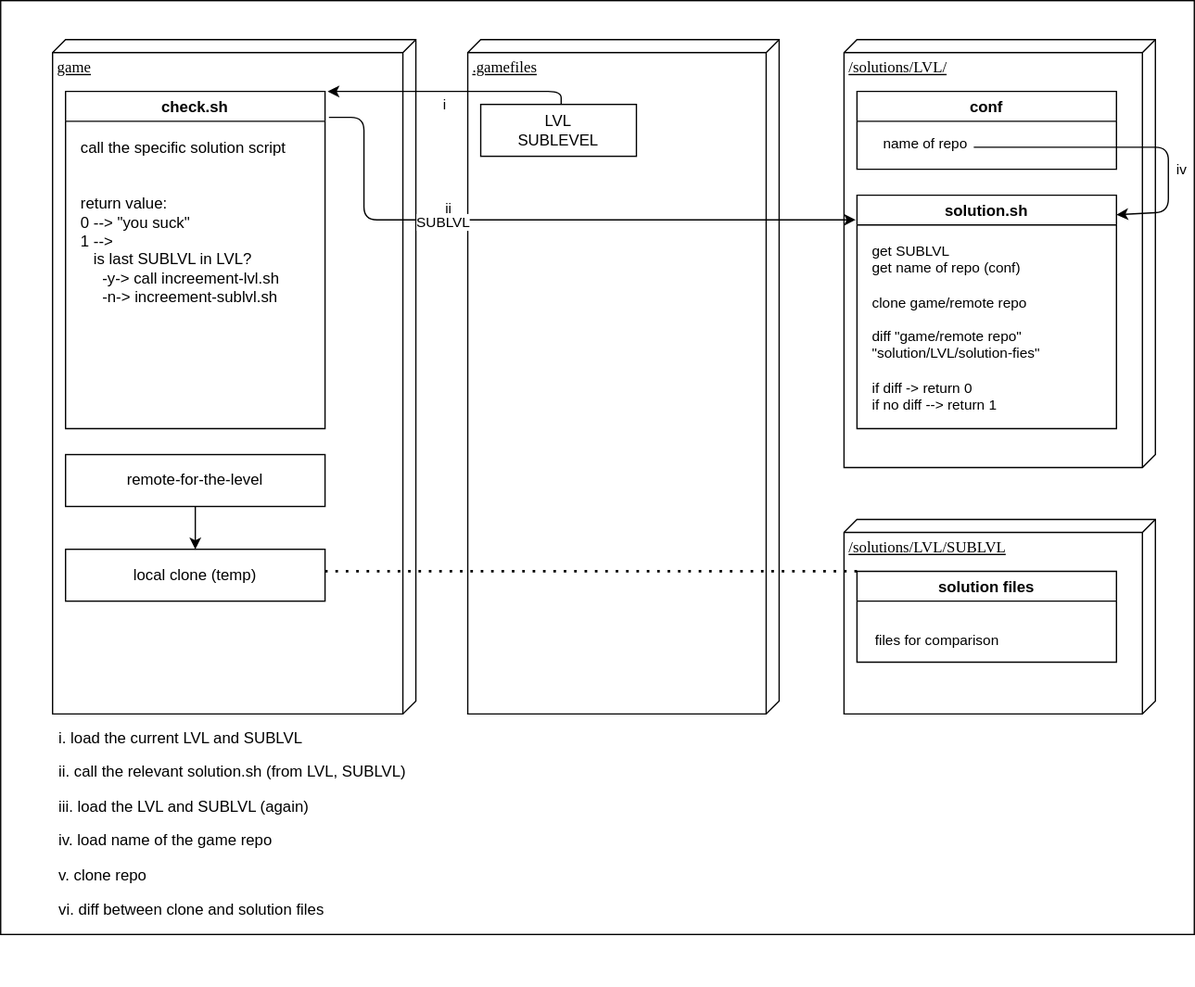
Earlier version of the draw.io export docs/images/check-solution.svg (ruanha/the-git-gud-game). Source tidied: cells renumbered, new cells last; positions are measured from the earlier drawing's top-left corner, leaving out a move shared by most shapes.
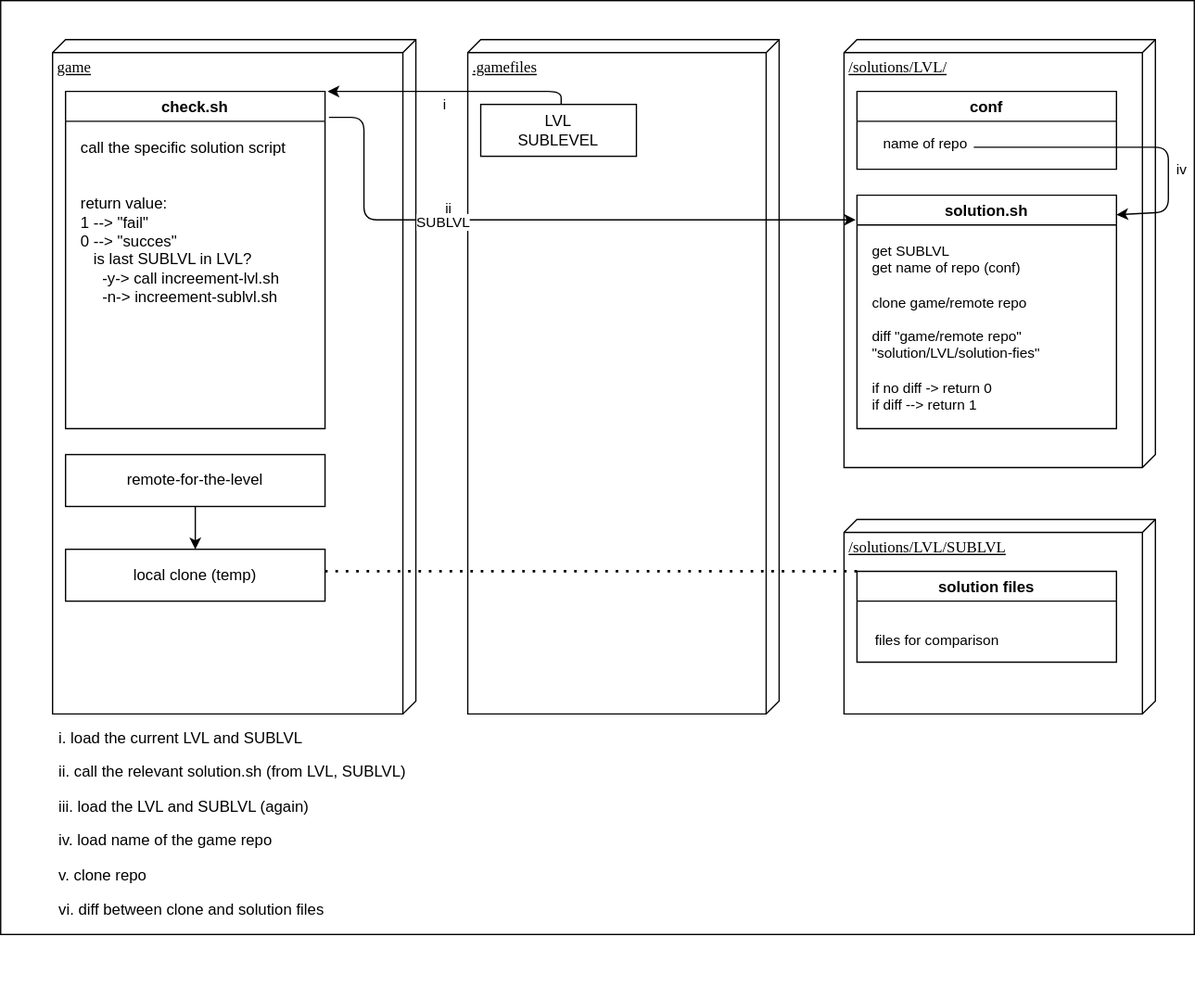
The same diagram one commit later.

Commit message:
Update design for check solution

What changed in the source:
```diff
@@ -36,7 +36,7 @@
     <mxCell id="10" value="check.sh" style="swimlane;" parent="1" vertex="1">
       <mxGeometry x="50" y="70" width="200" height="260" as="geometry" />
     </mxCell>
-    <mxCell id="11" value="&lt;div&gt;call the specific solution script&lt;br&gt;&lt;/div&gt;&lt;div&gt;&lt;br&gt;&lt;/div&gt;&lt;div&gt;&lt;br&gt;&lt;/div&gt;&lt;div&gt;return value: &lt;br&gt;&lt;/div&gt;&lt;div&gt;0 --&amp;gt; &quot;you suck&quot;&lt;br&gt;&lt;/div&gt;&lt;div&gt;1 --&amp;gt; &lt;br&gt;&lt;/div&gt;&lt;div&gt;&amp;nbsp;&amp;nbsp; is last SUBLVL in LVL? &lt;br&gt;&lt;div&gt;&amp;nbsp;&amp;nbsp;&amp;nbsp;&amp;nbsp; -y-&amp;gt; call increement-lvl.sh&lt;/div&gt;&amp;nbsp;&amp;nbsp;&amp;nbsp;&amp;nbsp; -n-&amp;gt; increement-sublvl.sh&lt;/div&gt;&lt;div&gt;&lt;br&gt;&lt;/div&gt;" style="text;html=1;strokeColor=none;fillColor=none;align=left;verticalAlign=top;whiteSpace=wrap;rounded=0;" parent="1" vertex="1">
+    <mxCell id="11" value="&lt;div&gt;call the specific solution script&lt;br&gt;&lt;/div&gt;&lt;div&gt;&lt;br&gt;&lt;/div&gt;&lt;div&gt;&lt;br&gt;&lt;/div&gt;&lt;div&gt;return value: &lt;br&gt;&lt;/div&gt;&lt;div&gt;1 --&amp;gt; &quot;fail&quot;&lt;br&gt;&lt;/div&gt;&lt;div&gt;0 --&amp;gt; &quot;succes&quot;&lt;br&gt;&lt;/div&gt;&lt;div&gt;&amp;nbsp;&amp;nbsp; is last SUBLVL in LVL? &lt;br&gt;&lt;div&gt;&amp;nbsp;&amp;nbsp;&amp;nbsp;&amp;nbsp; -y-&amp;gt; call increement-lvl.sh&lt;/div&gt;&amp;nbsp;&amp;nbsp;&amp;nbsp;&amp;nbsp; -n-&amp;gt; increement-sublvl.sh&lt;/div&gt;&lt;div&gt;&lt;br&gt;&lt;/div&gt;" style="text;html=1;strokeColor=none;fillColor=none;align=left;verticalAlign=top;whiteSpace=wrap;rounded=0;" parent="1" vertex="1">
       <mxGeometry x="60" y="100" width="180" height="180" as="geometry" />
     </mxCell>
     <mxCell id="12" value="&lt;div&gt;LVL&lt;/div&gt;&lt;div&gt;SUBLEVEL&lt;/div&gt;" style="rounded=0;whiteSpace=wrap;html=1;" parent="1" vertex="1">
@@ -54,8 +54,8 @@
     <mxCell id="16" value="solution.sh" style="swimlane;" parent="1" vertex="1">
       <mxGeometry x="660" y="150" width="200" height="180" as="geometry" />
     </mxCell>
-    <mxCell id="17" value="&lt;div&gt;get SUBLVL&lt;br&gt;&lt;/div&gt;&lt;div&gt;get name of repo (conf)&lt;/div&gt;&lt;div&gt;&lt;br&gt;&lt;/div&gt;&lt;div&gt;&lt;div&gt;clone game/remote repo&lt;/div&gt;&lt;/div&gt;&lt;div&gt;&lt;br&gt;&lt;/div&gt;&lt;div&gt;&lt;div&gt;diff &quot;game/remote repo&quot; &quot;solution/LVL/solution-fies&quot;&lt;br&gt;&lt;/div&gt;&lt;div&gt;&lt;br&gt;&lt;/div&gt;&lt;div&gt;if diff -&amp;gt; return 0&lt;/div&gt;&lt;div&gt;if no diff --&amp;gt; return 1&lt;br&gt;&lt;/div&gt;&lt;/div&gt;" style="text;html=1;strokeColor=none;fillColor=none;align=left;verticalAlign=top;whiteSpace=wrap;rounded=0;fontSize=11;" parent="16" vertex="1">
-      <mxGeometry x="10" y="30" width="174" height="120" as="geometry" />
+    <mxCell id="17" value="&lt;div&gt;get SUBLVL&lt;br&gt;&lt;/div&gt;&lt;div&gt;get name of repo (conf)&lt;/div&gt;&lt;div&gt;&lt;br&gt;&lt;/div&gt;&lt;div&gt;&lt;div&gt;clone game/remote repo&lt;/div&gt;&lt;/div&gt;&lt;div&gt;&lt;br&gt;&lt;/div&gt;&lt;div&gt;&lt;div&gt;diff &quot;game/remote repo&quot; &quot;solution/LVL/solution-fies&quot;&lt;br&gt;&lt;/div&gt;&lt;div&gt;&lt;br&gt;&lt;/div&gt;&lt;div&gt;if no diff -&amp;gt; return 0&lt;/div&gt;&lt;div&gt;if diff --&amp;gt; return 1&lt;br&gt;&lt;/div&gt;&lt;/div&gt;" style="text;html=1;strokeColor=none;fillColor=none;align=left;verticalAlign=top;whiteSpace=wrap;rounded=0;fontSize=11;" parent="16" vertex="1">
+      <mxGeometry x="10" y="30" width="174" height="150" as="geometry" />
     </mxCell>
     <mxCell id="18" value="ii" style="endArrow=classic;html=1;" parent="1" edge="1">
       <mxGeometry x="-0.3" y="9" relative="1" as="geometry">
```
